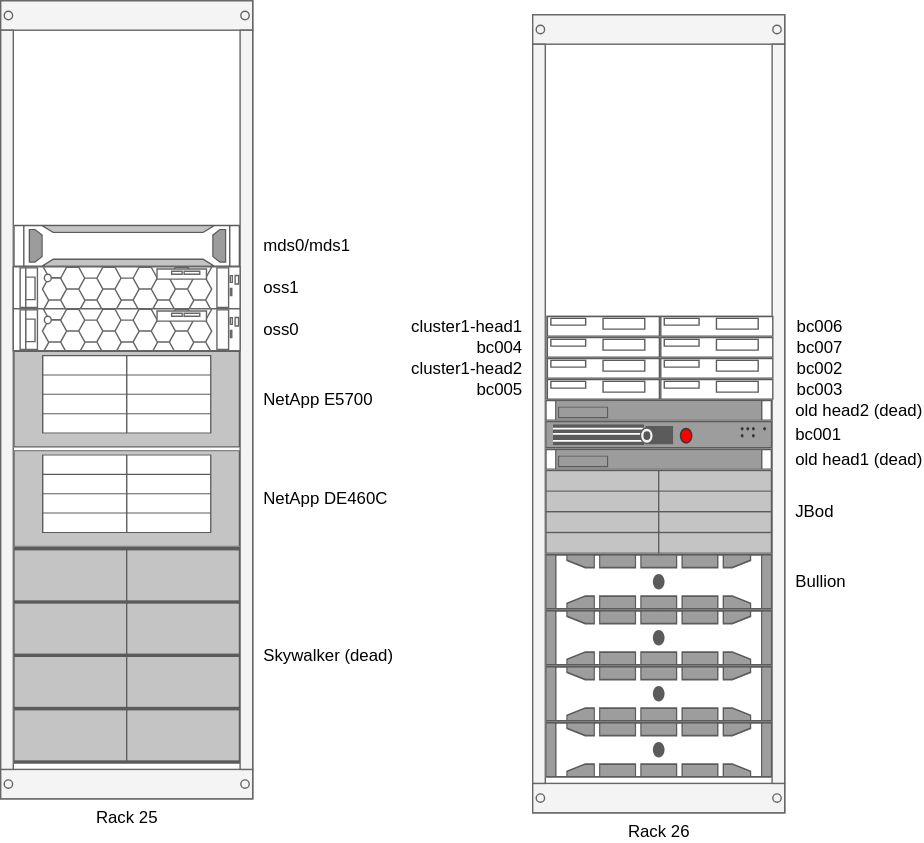
This is docs/img/cluster1_racks.svg from cnio-bu/cnio-bu.github.io, a draw.io export, as it was before one commit. Source tidied: cells renumbered, new cells last; positions are measured from the earlier drawing's top-left corner, leaving out a move shared by most shapes.
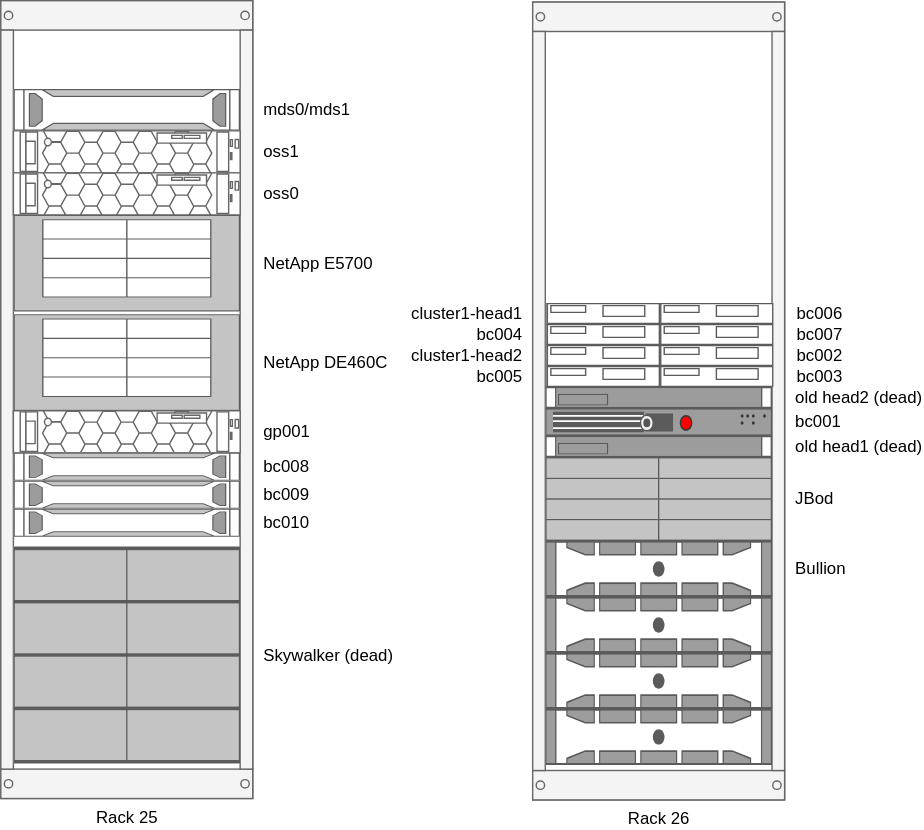
The same file after the commit.

Commit message:
Update cluster rack layout

Diff of the diagram source:
```diff
@@ -3,7 +3,7 @@
     <mxCell id="0" />
     <mxCell id="1" parent="0" />
     <mxCell id="2" style="group;" parent="1" vertex="1">
-      <mxGeometry x="380" y="10" width="180" height="570" as="geometry" />
+      <mxGeometry x="380" y="1" width="180" height="570" as="geometry" />
     </mxCell>
     <mxCell id="3" value="&lt;div&gt;Rack 26&lt;br&gt;&lt;/div&gt;" style="strokeColor=#666666;html=1;verticalLabelPosition=bottom;labelBackgroundColor=#ffffff;verticalAlign=top;shadow=0;dashed=0;shape=mxgraph.rackGeneral.container;fillColor2=#f4f4f4;allowGaps=1;textColor=#666666;numDisp=off;" parent="2" vertex="1">
       <mxGeometry width="180" height="570" as="geometry" />
@@ -69,22 +69,34 @@
       <mxGeometry width="180" height="570" as="geometry" />
     </mxCell>
     <mxCell id="24" value="mds0/mds1" style="shape=mxgraph.rack.hp.hp_proliant_dl385p_g8;html=1;labelPosition=right;align=left;spacingLeft=15;dashed=0;shadow=0;fillColor=#ffffff;" parent="23" vertex="1">
-      <mxGeometry x="9" y="160" width="162" height="30" as="geometry" />
+      <mxGeometry x="9" y="63" width="162" height="30" as="geometry" />
     </mxCell>
     <mxCell id="25" value="oss1" style="strokeColor=#666666;html=1;labelPosition=right;align=left;spacingLeft=15;shadow=0;dashed=0;shape=mxgraph.rack.dell.poweredge_r7425;" parent="23" vertex="1">
-      <mxGeometry x="9" y="190" width="162" height="30" as="geometry" />
+      <mxGeometry x="9" y="93" width="162" height="30" as="geometry" />
     </mxCell>
     <mxCell id="26" value="NetApp E5700" style="shape=mxgraph.rack.hp.hp_bladesystem_c3000_enclosure;html=1;labelPosition=right;align=left;spacingLeft=15;dashed=0;shadow=0;fillColor=#ffffff;" parent="23" vertex="1">
-      <mxGeometry x="9" y="250" width="162" height="69" as="geometry" />
+      <mxGeometry x="9" y="153" width="162" height="69" as="geometry" />
     </mxCell>
     <mxCell id="27" value="NetApp DE460C" style="shape=mxgraph.rack.hp.hp_bladesystem_c3000_enclosure;html=1;labelPosition=right;align=left;spacingLeft=15;dashed=0;shadow=0;fillColor=#ffffff;" parent="23" vertex="1">
-      <mxGeometry x="9" y="321" width="162" height="69" as="geometry" />
+      <mxGeometry x="9" y="224" width="162" height="69" as="geometry" />
     </mxCell>
+    <mxCell id="30" value="gp001" style="strokeColor=#666666;html=1;labelPosition=right;align=left;spacingLeft=15;shadow=0;dashed=0;shape=mxgraph.rack.dell.poweredge_r7425;" parent="23" vertex="1">
+      <mxGeometry x="9" y="293" width="162" height="30" as="geometry" />
+    </mxCell>
+    <mxCell id="31" value="bc008" style="shape=mxgraph.rack.hp.hp_proliant_dl385p_g8;html=1;labelPosition=right;align=left;spacingLeft=15;dashed=0;shadow=0;fillColor=#ffffff;" parent="23" vertex="1">
+      <mxGeometry x="9" y="323" width="162" height="20" as="geometry" />
+    </mxCell>
+    <mxCell id="32" value="bc009" style="shape=mxgraph.rack.hp.hp_proliant_dl385p_g8;html=1;labelPosition=right;align=left;spacingLeft=15;dashed=0;shadow=0;fillColor=#ffffff;" parent="23" vertex="1">
+      <mxGeometry x="9" y="343" width="162" height="20" as="geometry" />
+    </mxCell>
+    <mxCell id="33" value="bc010" style="shape=mxgraph.rack.hp.hp_proliant_dl385p_g8;html=1;labelPosition=right;align=left;spacingLeft=15;dashed=0;shadow=0;fillColor=#ffffff;" parent="23" vertex="1">
+      <mxGeometry x="9" y="363" width="162" height="20" as="geometry" />
+    </mxCell>
     <mxCell id="28" value="&lt;div&gt;Skywalker (dead)&lt;/div&gt;" style="shape=mxgraph.rack.hp.hp_bladesystem_s6500_enclosure;html=1;labelPosition=right;align=left;spacingLeft=15;dashed=0;shadow=0;fillColor=#ffffff;" parent="23" vertex="1">
       <mxGeometry x="9" y="390" width="162" height="155" as="geometry" />
     </mxCell>
     <mxCell id="29" value="oss0" style="strokeColor=#666666;html=1;labelPosition=right;align=left;spacingLeft=15;shadow=0;dashed=0;shape=mxgraph.rack.dell.poweredge_r7425;" parent="22" vertex="1">
-      <mxGeometry x="9" y="220" width="162" height="30" as="geometry" />
+      <mxGeometry x="9" y="123" width="162" height="30" as="geometry" />
     </mxCell>
   </root>
 </mxGraphModel>
```
